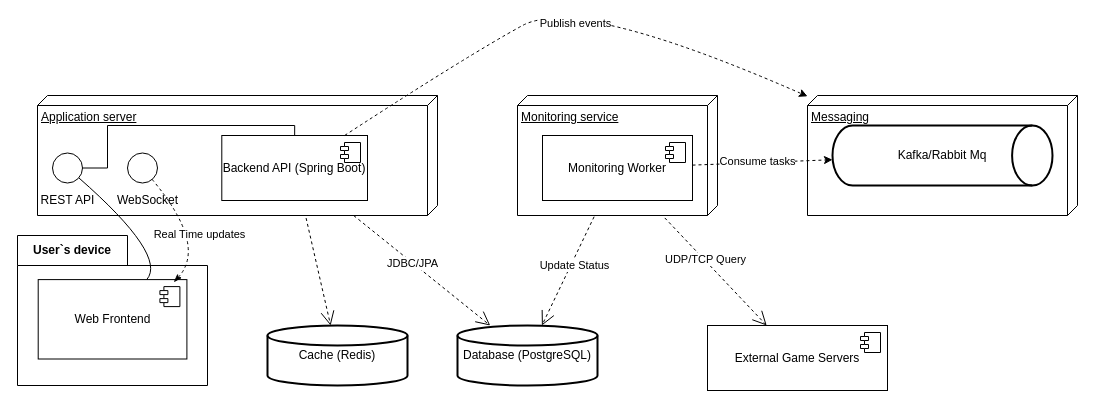
This is diagrams/component diagram/Component diagram.drawio from Lytiy74/ServerPulse, a draw.io file, before an edit. Source tidied: cells renumbered, new cells numbered last; positions are measured from the earlier drawing's top-left corner, leaving out a move shared by most shapes. Both pictures are drawn from the tidied source at 100%, with x=0, y=0 at pixel (17, -5).
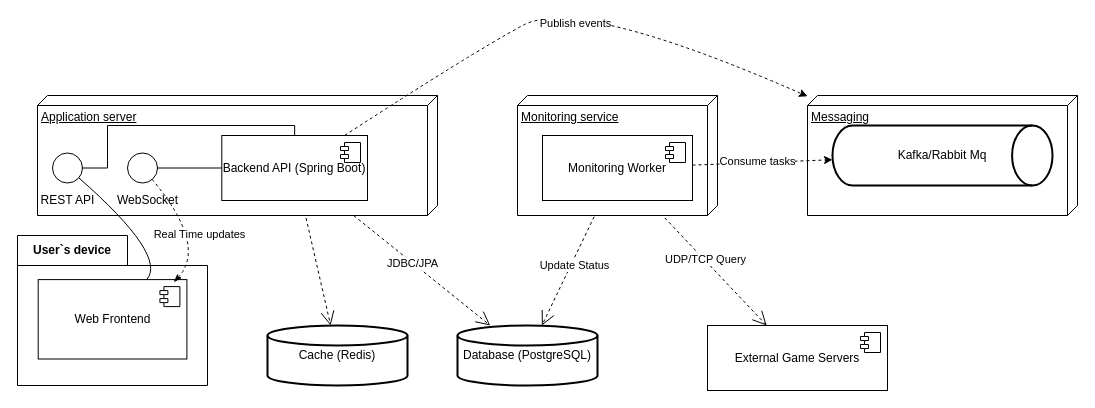
The same diagram, later.

Commit message (it also covers changes not shown here):
add arrow from websocket to backend

The change refers to these unchanged cells:
```xml
<mxCell id="18" value="Backend API (Spring Boot)" style="html=1;whiteSpace=wrap;" parent="16" vertex="1">
  <mxGeometry x="14.3" y="40" width="145.7" height="65" as="geometry" />
</mxCell>
<mxCell id="23" style="ellipse;" parent="1" vertex="1">
  <mxGeometry x="110" y="157.5" width="30" height="30" as="geometry" />
</mxCell>
```

Diff of the diagram source:
```diff
@@
+    <mxCell id="39" style="endArrow=none;html=1;rounded=0;" parent="1" edge="1" source="23" target="18">
+      <mxGeometry relative="1" as="geometry" />
+    </mxCell>
```
